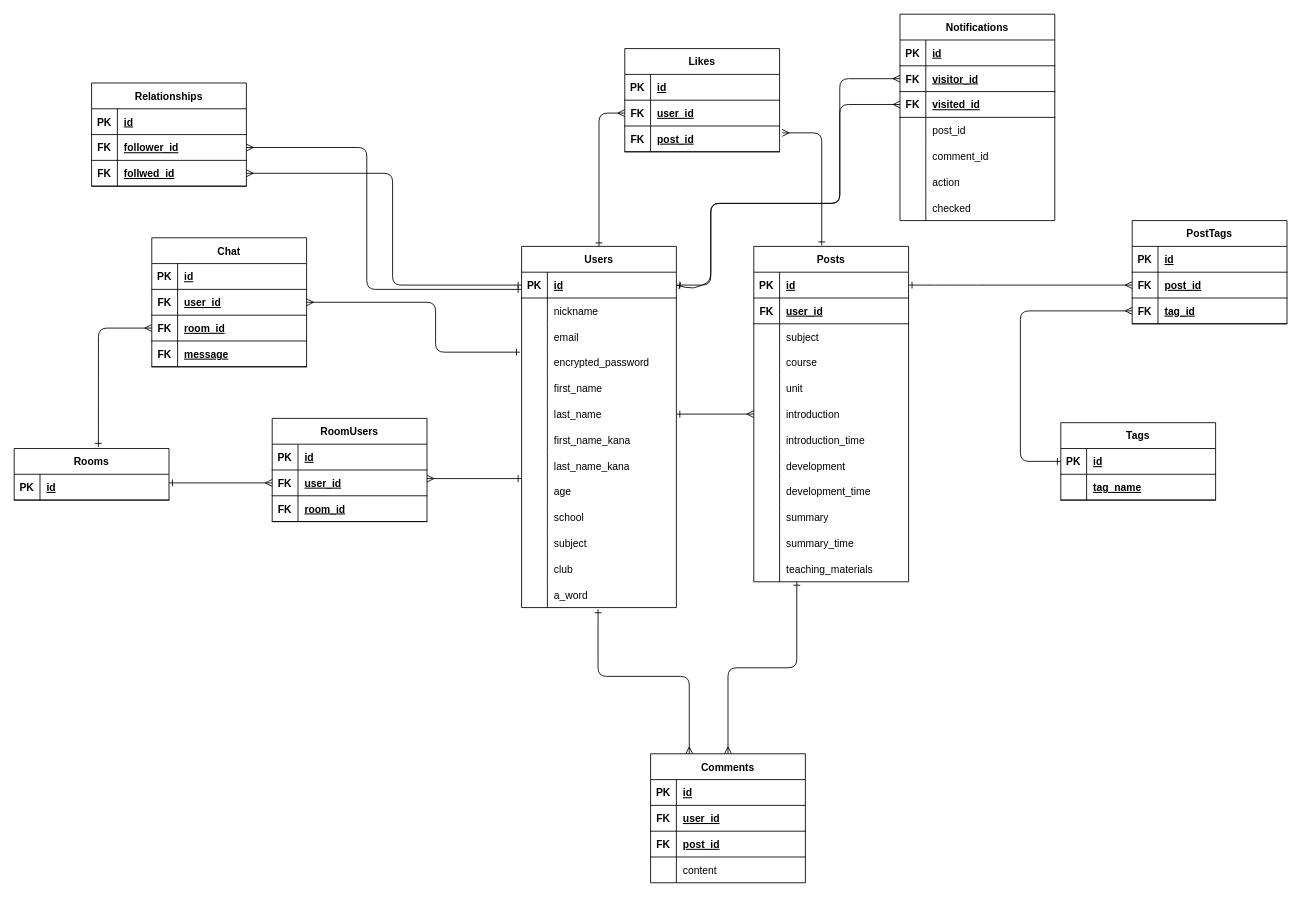
The draw.io diagram kyoyu.dio in honda-gentuki/kyoyu, before the edit. Source tidied: cells renumbered, new cells numbered last; positions are measured from the earlier drawing's top-left corner, leaving out a move shared by most shapes. Both pictures are drawn from the tidied source at 86%, with x=0, y=0 at pixel (14, 14).
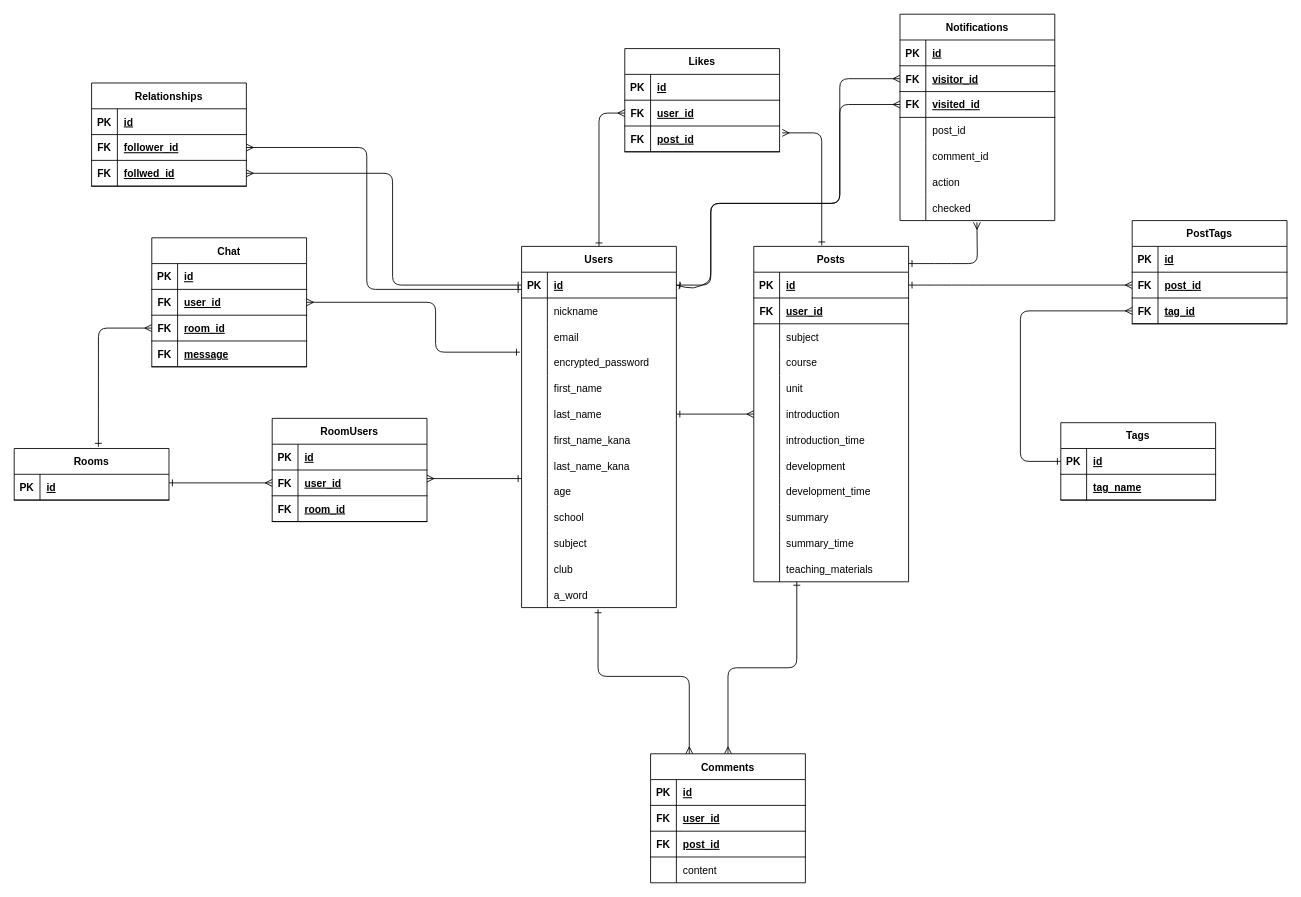
After the change.

The change refers to these unchanged cells:
```xml
<mxCell id="188" style="shape=partialRectangle;fillColor=none;top=0;left=0;bottom=0;right=0;points=[[0,0.5],[1,0.5]];portConstraint=eastwest;" parent="169" vertex="1">
  <mxGeometry y="210" width="180" height="30" as="geometry" />
</mxCell>
```

Diff of the diagram source:
```diff
@@
+    <mxCell id="193" style="fontSize=12;html=1;endArrow=ERmany;startArrow=ERone;startFill=0;exitX=1;exitY=0.5;exitDx=0;exitDy=0;entryX=0.497;entryY=1.067;entryDx=0;entryDy=0;entryPerimeter=0;" parent="1" edge="1" target="188">
+      <mxGeometry relative="1" as="geometry">
+        <mxPoint x="1040" y="290" as="sourcePoint" />
+        <Array as="points">
+          <mxPoint x="1080" y="290" />
+          <mxPoint x="1120" y="290" />
+        </Array>
+      </mxGeometry>
+    </mxCell>
```
